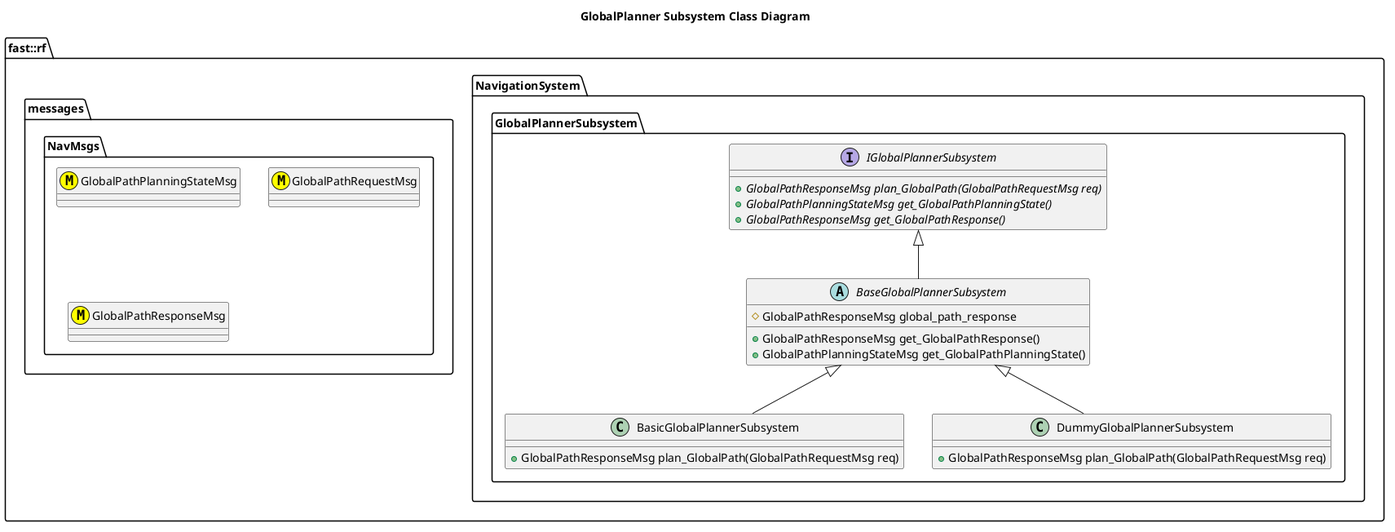
Before: Systems/Navigation/Subsystems/GlobalPlanner/doc/puml/GlobalPlannerSubsystemClassDiagram.png, a diagram exported from PlantUML (fastrobotics/robot_framework).
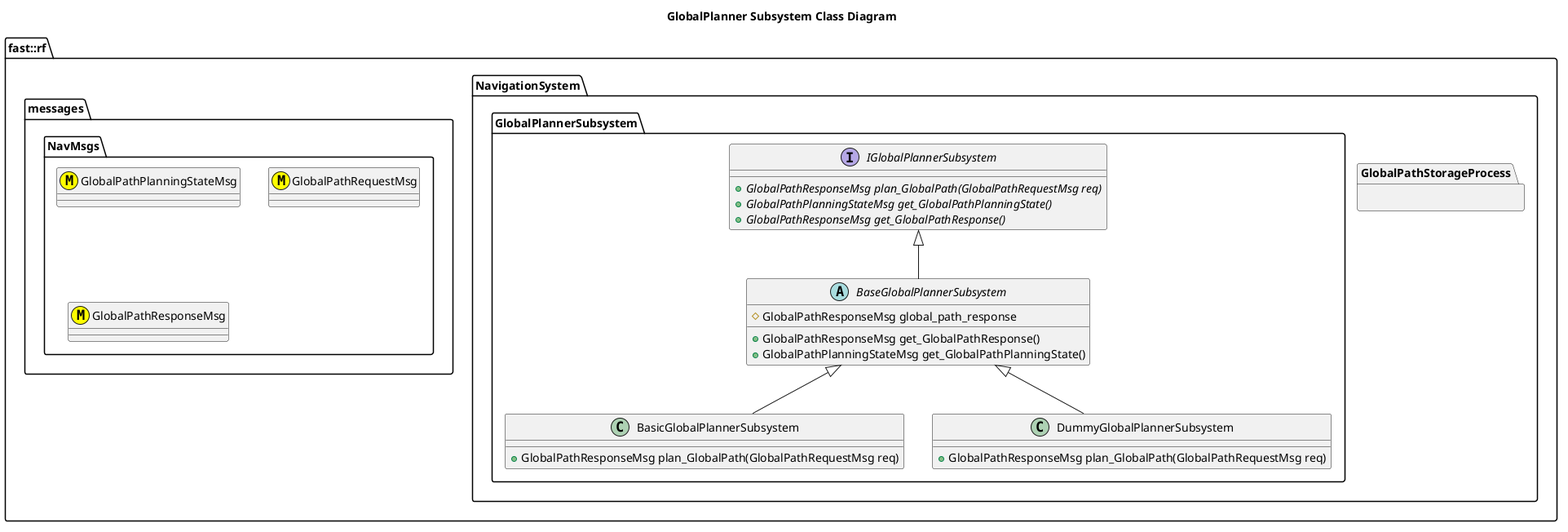
Above is the later version.

Diff of the diagram source:
```diff
@@ -32,6 +32,9 @@
       }
       DummyGlobalPlannerSubsystem -up-|> BaseGlobalPlannerSubsystem
     }
+    package GlobalPathStorageProcess {
+
+    }
   }
 }
 @enduml
```
